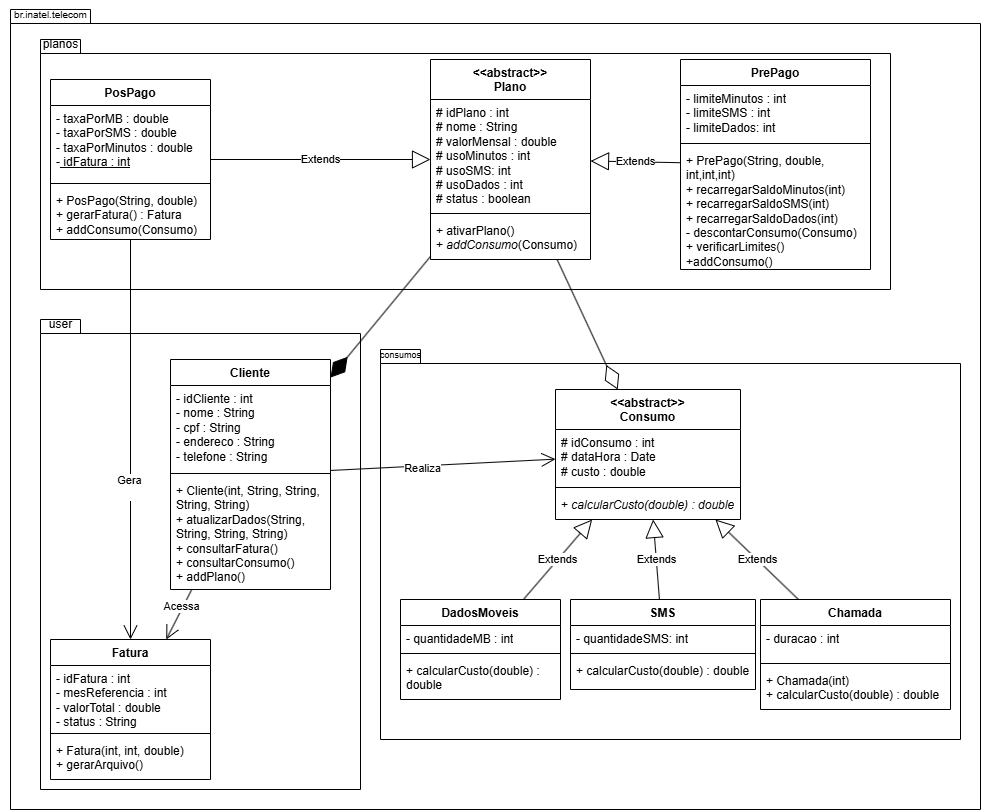
Jhone93567/Projeto-POO keeps this draw.io diagram as diagramaUML.drawio.png. Above is the earlier version. Source tidied: cells renumbered, new cells last; positions are measured from the earlier drawing's top-left corner, leaving out a move shared by most shapes.
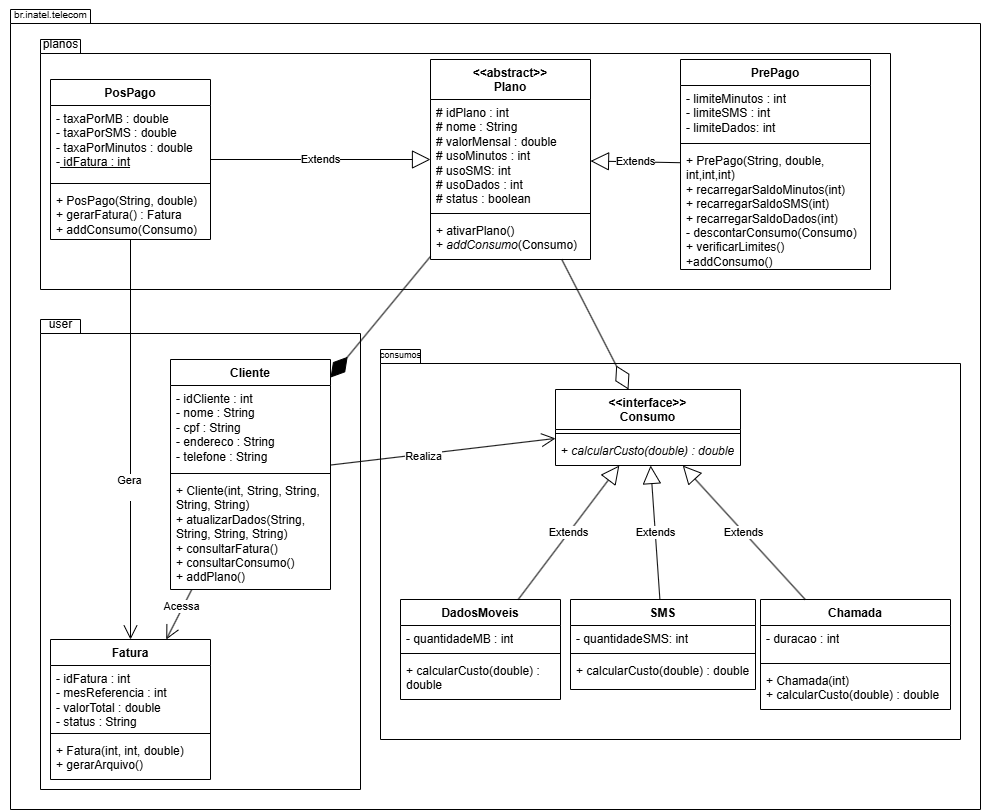
After the change.

Commit message:
interface consumos

Diff of the diagram source:
```diff
@@ -14,17 +14,14 @@
     <mxCell id="5" style="shape=folder;fontStyle=1;spacingTop=10;tabWidth=40;tabHeight=14;tabPosition=left;html=1;whiteSpace=wrap;" parent="1" vertex="1">
       <mxGeometry x="40" y="40" width="850" height="250" as="geometry" />
     </mxCell>
-    <mxCell id="6" value="&lt;div&gt;&amp;lt;&amp;lt;abstract&amp;gt;&amp;gt;&lt;/div&gt;Consumo" style="swimlane;fontStyle=1;align=center;verticalAlign=top;horizontal=1;startSize=40;whiteSpace=wrap;html=1;" parent="1" vertex="1">
-      <mxGeometry x="555" y="390" width="185" height="130" as="geometry" />
+    <mxCell id="6" value="&lt;div&gt;&amp;lt;&amp;lt;interface&amp;gt;&amp;gt;&lt;/div&gt;Consumo" style="swimlane;fontStyle=1;align=center;verticalAlign=top;horizontal=1;startSize=40;whiteSpace=wrap;html=1;" parent="1" vertex="1">
+      <mxGeometry x="555" y="390" width="185" height="76" as="geometry" />
     </mxCell>
-    <mxCell id="7" value="# idConsumo : int&lt;div&gt;# dataHora : Date&lt;/div&gt;&lt;div&gt;# custo : double&lt;/div&gt;" style="text;strokeColor=none;fillColor=none;align=left;verticalAlign=top;spacingLeft=4;spacingRight=4;overflow=hidden;whiteSpace=wrap;html=1;" parent="6" vertex="1">
-      <mxGeometry y="40" width="185" height="54" as="geometry" />
-    </mxCell>
     <mxCell id="8" style="line;strokeWidth=1;fillColor=none;align=left;verticalAlign=middle;spacingTop=-1;spacingLeft=3;spacingRight=3;labelPosition=right;strokeColor=inherit;" parent="6" vertex="1">
-      <mxGeometry y="94" width="185" height="8" as="geometry" />
+      <mxGeometry y="40" width="185" height="8" as="geometry" />
     </mxCell>
     <mxCell id="9" value="+ &lt;i&gt;calcularCusto(double) : double&lt;/i&gt;" style="text;strokeColor=none;fillColor=none;align=left;verticalAlign=top;spacingLeft=4;spacingRight=4;overflow=hidden;whiteSpace=wrap;html=1;" parent="6" vertex="1">
-      <mxGeometry y="102" width="185" height="28" as="geometry" />
+      <mxGeometry y="48" width="185" height="28" as="geometry" />
     </mxCell>
     <mxCell id="10" value="&amp;lt;&amp;lt;abstract&amp;gt;&amp;gt;&lt;div&gt;Plano&lt;/div&gt;" style="swimlane;fontStyle=1;align=center;verticalAlign=top;horizontal=1;startSize=40;whiteSpace=wrap;html=1;" parent="1" vertex="1">
       <mxGeometry x="430" y="60" width="160" height="200" as="geometry" />
```
